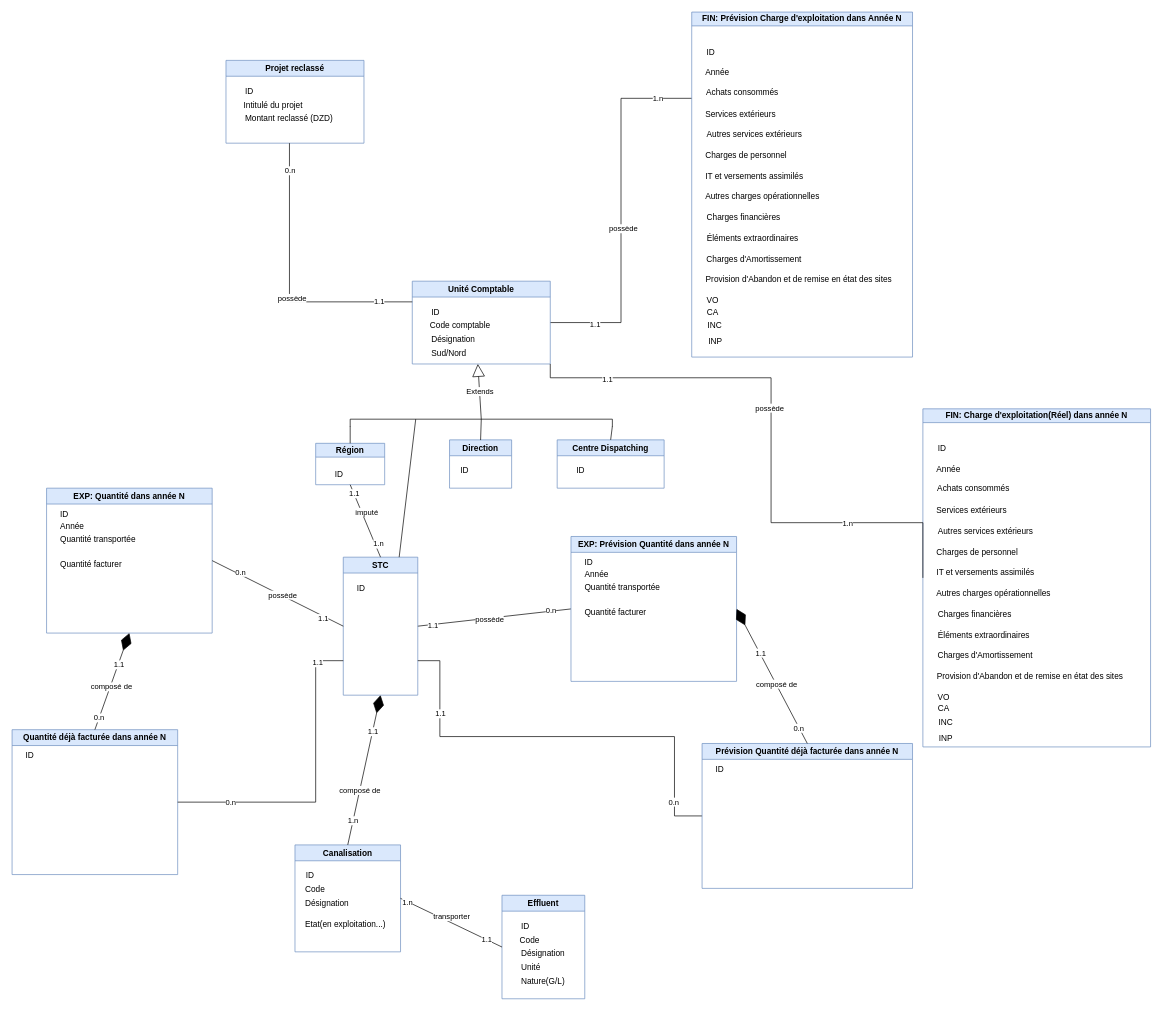
Before: Diagramme de class Tarification.drawio.xml in saddambelabed/Conception, a draw.io diagram. Source tidied: cells renumbered, new cells numbered last; positions are measured from the earlier drawing's top-left corner, leaving out a move shared by most shapes. Both pictures are drawn from the tidied source at 69%, with x=0, y=0 at pixel (12, 12).
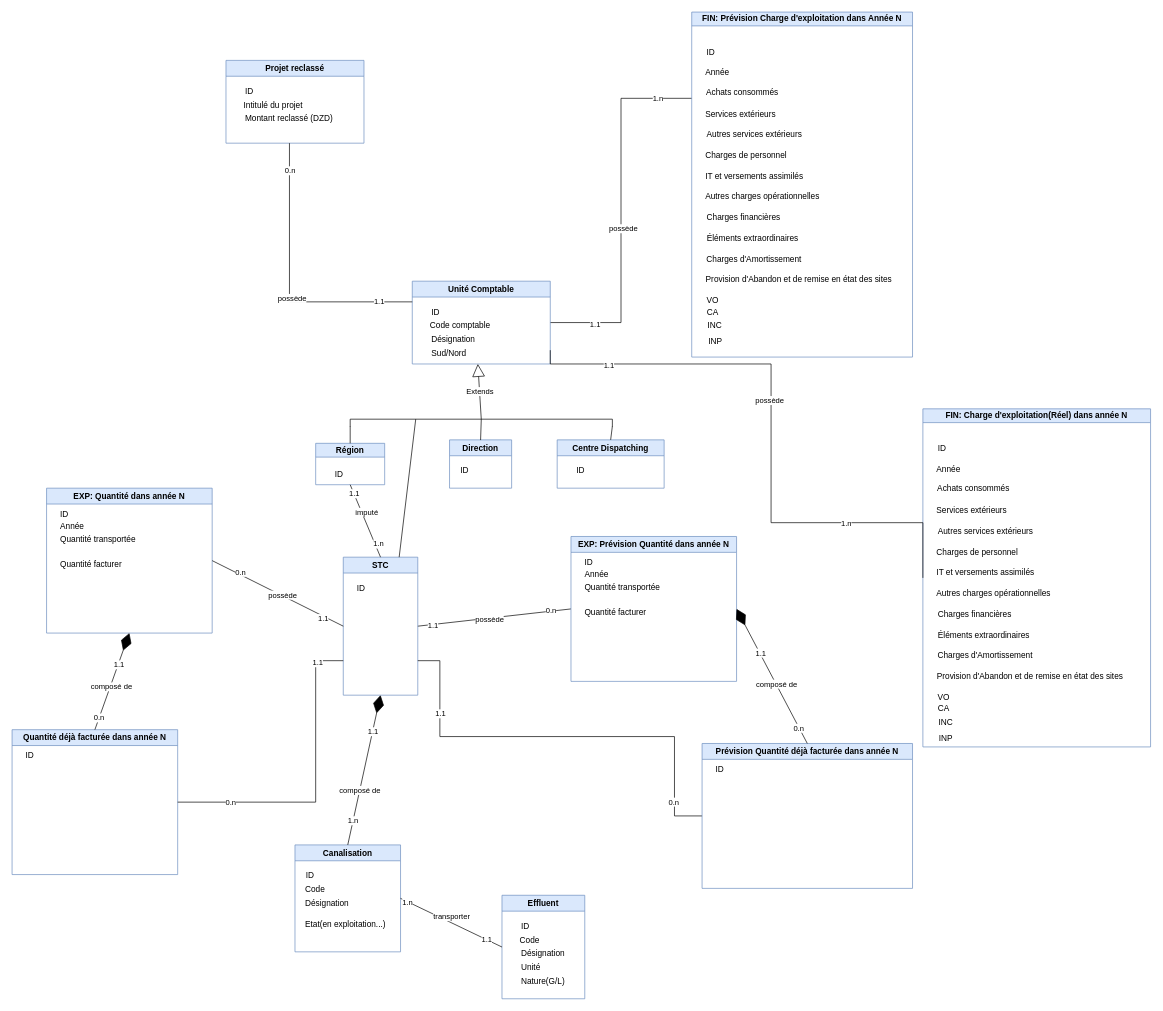
Above is the later version.

Commit message:
Mettre à jour Diagramme de class Tarification.drawio.xml

The change refers to these unchanged cells:
```xml
<mxCell id="6" value="Unité Comptable" style="swimlane;whiteSpace=wrap;html=1;fillColor=#dae8fc;strokeColor=#6c8ebf;" parent="1" vertex="1">
  <mxGeometry x="580" y="390" width="200" height="120" as="geometry" />
</mxCell>
<mxCell id="78" value="FIN: Charge d'exploitation(Réel) dans année N" style="swimlane;whiteSpace=wrap;html=1;startSize=20;fillColor=#dae8fc;strokeColor=#6c8ebf;" parent="1" vertex="1">
  <mxGeometry x="1320" y="575" width="330" height="490" as="geometry" />
</mxCell>
```

The edit, as a diff of the source:
```diff
@@
-    <mxCell id="95" style="edgeStyle=orthogonalEdgeStyle;rounded=0;jettySize=auto;html=1;endArrow=none;endFill=0;entryX=0;entryY=0.5;entryDx=0;entryDy=0;exitX=1;exitY=1;exitDx=0;exitDy=0;" parent="1" edge="1" source="6" target="78">
+    <mxCell id="95" style="edgeStyle=orthogonalEdgeStyle;rounded=0;jettySize=auto;html=1;endArrow=none;endFill=0;entryX=0;entryY=0.5;entryDx=0;entryDy=0;" parent="1" edge="1" target="78">
       <mxGeometry relative="1" as="geometry">
+        <mxPoint x="780" y="490" as="sourcePoint" />
         <Array as="points">
-          <mxPoint x="780" y="530" />
-          <mxPoint x="1100" y="530" />
+          <mxPoint x="780" y="510" />
+          <mxPoint x="1100" y="510" />
           <mxPoint x="1100" y="740" />
           <mxPoint x="1320" y="740" />
         </Array>
       </mxGeometry>
     </mxCell>
```
